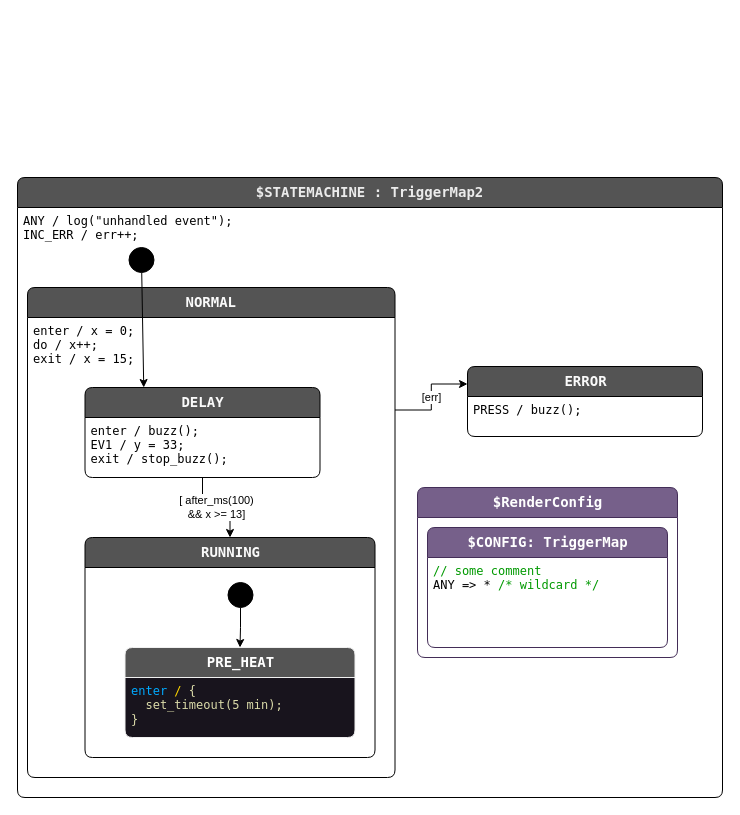
Above: src/StateSmithTest/Output/BehaviorDescriber/Ex1.drawio in StateSmith/StateSmith (draw.io), before the change. Source tidied: cells renumbered, new cells numbered last; positions are measured from the earlier drawing's top-left corner, leaving out a move shared by most shapes. Both pictures are drawn from the tidied source at 100%, with x=0, y=0 at pixel (17, 177).
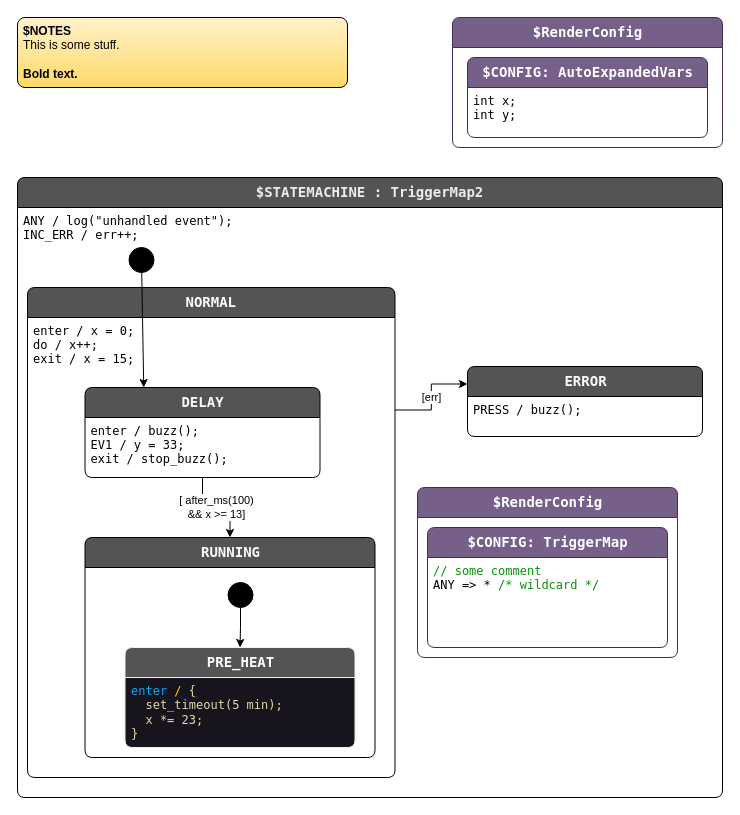
Above is the later version.

The change refers to these unchanged cells:
```xml
<mxCell id="10" value="RUNNING" style="shape=swimlane;align=center;verticalAlign=top;fontFamily=Lucida Console;startSize=30;fontSize=14;fontStyle=1;swimlaneFillColor=default;html=1;rounded=1;arcSize=15;absoluteArcSize=1;fillColor=#545454;fontColor=#FAFAFA;" parent="5" vertex="1">
  <mxGeometry x="57.5" y="250" width="290" height="220" as="geometry" />
</mxCell>
```

Change to the diagram source:
```diff
@@
     <mxCell id="12" value="PRE_HEAT" style="shape=swimlane;align=center;verticalAlign=top;fontFamily=Lucida Console;startSize=30;fontSize=14;fontStyle=1;swimlaneFillColor=#18141d;html=1;rounded=1;arcSize=15;absoluteArcSize=1;fillColor=#545454;fontColor=#ffffff;strokeColor=#F0F0F0;" parent="10" vertex="1">
-      <mxGeometry x="40" y="110" width="230" height="90" as="geometry" />
+      <mxGeometry x="40" y="110" width="230" height="100" as="geometry" />
     </mxCell>
-    <mxCell id="13" value="&lt;font color=&quot;#00aaff&quot;&gt;enter&amp;nbsp;&lt;/font&gt;&lt;font color=&quot;#ffd700&quot;&gt;/&lt;/font&gt;&lt;font color=&quot;#dcdcaa&quot;&gt;&amp;nbsp;{&amp;nbsp;&lt;br&gt;&lt;/font&gt;&lt;font color=&quot;#dcdcaa&quot;&gt;&amp;nbsp; set_timeout(5 min);&lt;br&gt;}&lt;/font&gt;&lt;font color=&quot;#00aaff&quot;&gt;&lt;br&gt;&lt;/font&gt;" style="fontFamily=Lucida Console;align=left;verticalAlign=top;fillColor=none;gradientColor=none;strokeColor=none;rounded=0;spacingLeft=4;html=1;" parent="12" vertex="1">
-      <mxGeometry y="30" width="180" height="60" as="geometry" />
+    <mxCell id="13" value="&lt;font color=&quot;#00aaff&quot;&gt;enter&amp;nbsp;&lt;/font&gt;&lt;font color=&quot;#ffd700&quot;&gt;/&lt;/font&gt;&lt;font color=&quot;#dcdcaa&quot;&gt;&amp;nbsp;{&amp;nbsp;&lt;br&gt;&lt;/font&gt;&lt;font color=&quot;#dcdcaa&quot;&gt;&amp;nbsp; set_timeout(5 min);&lt;br&gt;&amp;nbsp; x *= 23;&lt;br&gt;}&lt;/font&gt;&lt;font color=&quot;#00aaff&quot;&gt;&lt;br&gt;&lt;/font&gt;" style="fontFamily=Lucida Console;align=left;verticalAlign=top;fillColor=none;gradientColor=none;strokeColor=none;rounded=0;spacingLeft=4;html=1;" parent="12" vertex="1">
+      <mxGeometry y="30" width="180" height="70" as="geometry" />
     </mxCell>
@@
+    <mxCell id="24" value="&lt;b&gt;$NOTES&lt;/b&gt;&lt;br&gt;This is some stuff.&lt;br&gt;&lt;br&gt;&lt;b&gt;Bold text.&lt;/b&gt;" style="shape=rectangle;rounded=1;arcSize=15;absoluteArcSize=1;align=left;verticalAlign=top;whiteSpace=wrap;html=1;spacingLeft=4;strokeWidth=1;strokeColor=default;fillColor=#fff2cc;fontColor=#000000;gradientColor=#ffd966;" parent="1" vertex="1">
+      <mxGeometry y="-160" width="330" height="70" as="geometry" />
+    </mxCell>
+    <mxCell id="25" value="$RenderConfig" style="shape=swimlane;align=center;verticalAlign=top;fontFamily=Lucida Console;startSize=30;fontSize=14;fontStyle=1;swimlaneFillColor=default;html=1;rounded=1;arcSize=15;absoluteArcSize=1;fillColor=#76608a;strokeColor=#432D57;fontColor=#ffffff;" parent="1" vertex="1">
+      <mxGeometry x="435" y="-160" width="270" height="130" as="geometry" />
+    </mxCell>
+    <mxCell id="26" style="fontFamily=Lucida Console;align=left;verticalAlign=top;fillColor=none;gradientColor=none;strokeColor=none;rounded=0;spacingLeft=4;" parent="25" vertex="1">
+      <mxGeometry y="30" width="50" height="40" as="geometry" />
+    </mxCell>
+    <mxCell id="27" value="$CONFIG: AutoExpandedVars" style="shape=swimlane;align=center;verticalAlign=top;fontFamily=Lucida Console;startSize=30;fontSize=14;fontStyle=1;swimlaneFillColor=default;html=1;rounded=1;arcSize=15;absoluteArcSize=1;fillColor=#76608a;fontColor=#ffffff;strokeColor=#432D57;" parent="25" vertex="1">
+      <mxGeometry x="15" y="40" width="240" height="80" as="geometry" />
+    </mxCell>
+    <mxCell id="28" value="int x;&#10;int y;" style="fontFamily=Lucida Console;align=left;verticalAlign=top;fillColor=none;gradientColor=none;strokeColor=none;rounded=0;spacingLeft=4;" parent="27" vertex="1">
+      <mxGeometry y="30" width="70" height="40" as="geometry" />
+    </mxCell>
```
